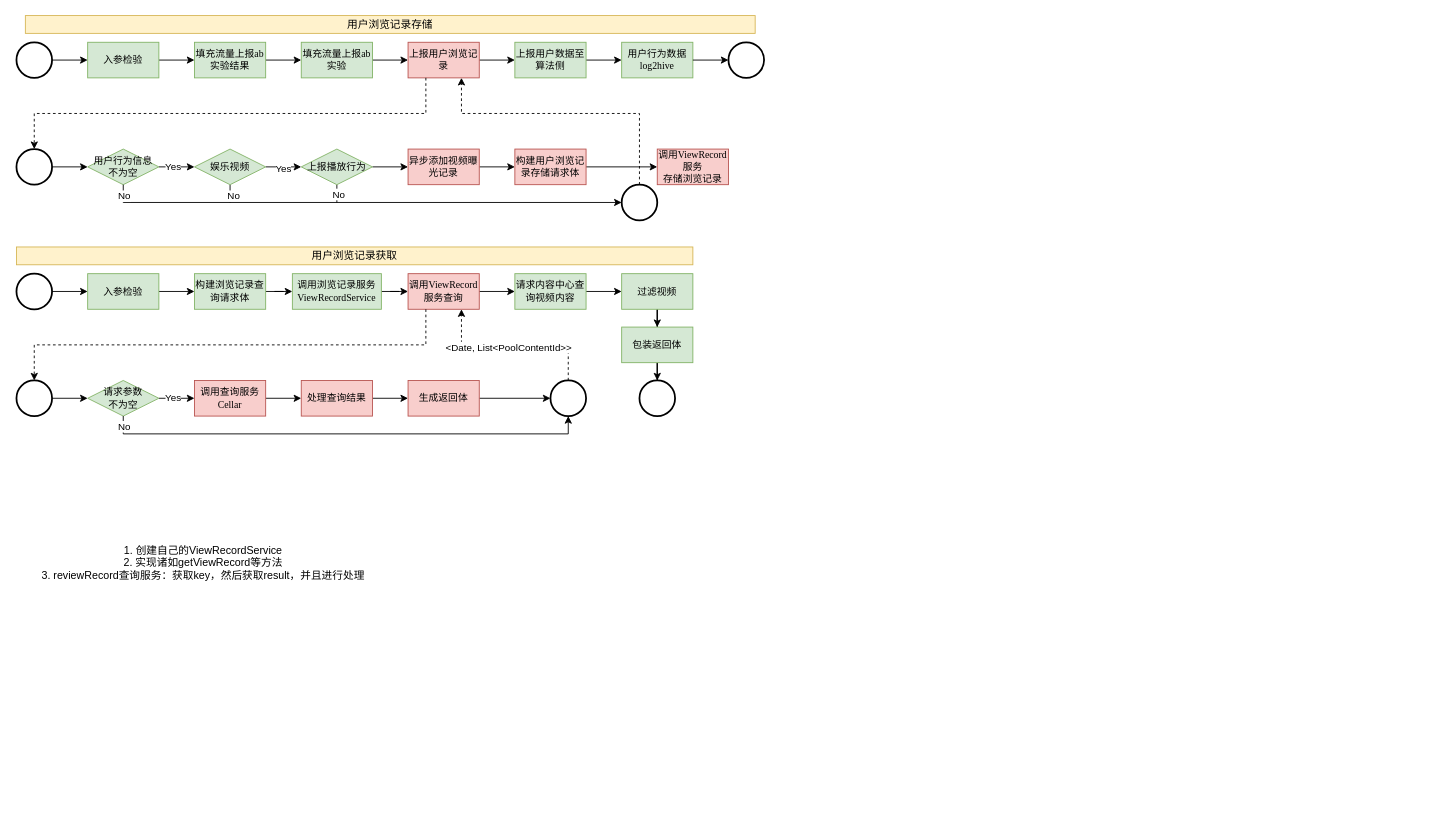
wuulaa/my-first-game keeps this draw.io diagram as pipeline.drawio. Above is the earlier version. Source tidied: cells renumbered, new cells numbered last; positions are measured from the earlier drawing's top-left corner, leaving out a move shared by most shapes. Both pictures are drawn from the tidied source at 89%, with x=0, y=0 at pixel (16, 15).
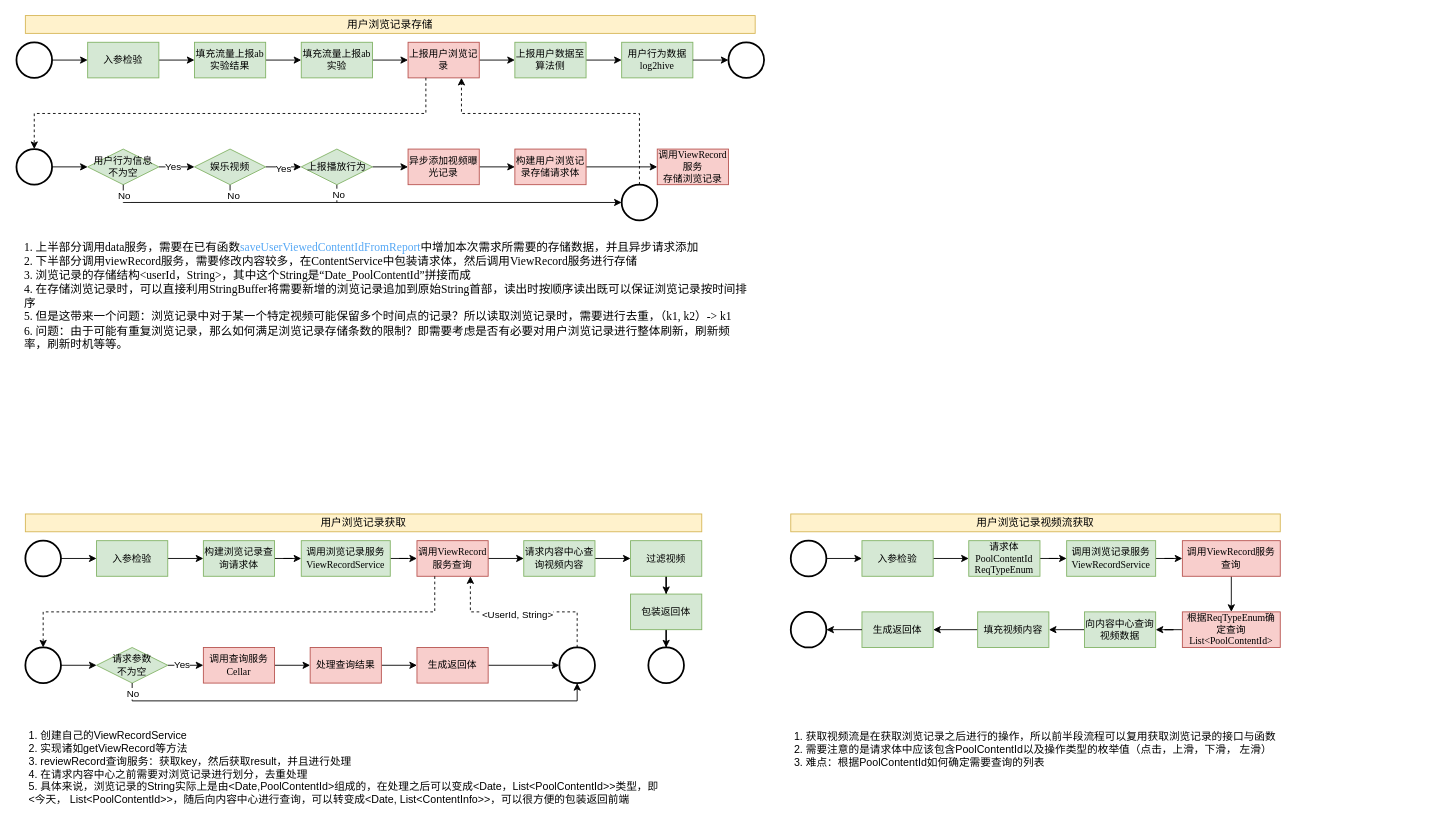
Above is the later version.

The edit, as a diff of the source:
```diff
@@
     <mxCell id="42" style="strokeWidth=2;html=1;shape=mxgraph.flowchart.start_2;whiteSpace=wrap;fontFamily=Times New Roman;fontSize=11;" parent="1" vertex="1">
-      <mxGeometry y="290" width="40" height="40" as="geometry" />
+      <mxGeometry x="10" y="590" width="40" height="40" as="geometry" />
     </mxCell>
@@
     <mxCell id="44" value="入参检验" style="rounded=0;whiteSpace=wrap;html=1;fontFamily=Times New Roman;fontSize=11;fillColor=#d5e8d4;strokeColor=#82b366;" parent="1" vertex="1">
-      <mxGeometry x="80" y="290" width="80" height="40" as="geometry" />
+      <mxGeometry x="90" y="590" width="80" height="40" as="geometry" />
     </mxCell>
@@
     <mxCell id="46" value="构建浏览记录查询请求体" style="rounded=0;whiteSpace=wrap;html=1;fontFamily=Times New Roman;fontSize=11;fillColor=#d5e8d4;strokeColor=#82b366;" parent="1" vertex="1">
-      <mxGeometry x="200" y="290" width="80" height="40" as="geometry" />
+      <mxGeometry x="210" y="590" width="80" height="40" as="geometry" />
     </mxCell>
@@
     <mxCell id="48" value="调用浏览记录服务ViewRecordService" style="rounded=0;whiteSpace=wrap;html=1;fontFamily=Times New Roman;fontSize=11;fillColor=#d5e8d4;strokeColor=#82b366;" parent="1" vertex="1">
-      <mxGeometry x="310" y="290" width="100" height="40" as="geometry" />
+      <mxGeometry x="320" y="590" width="100" height="40" as="geometry" />
     </mxCell>
@@
     <mxCell id="50" value="调用ViewRecord服务查询" style="rounded=0;whiteSpace=wrap;html=1;fillColor=#f8cecc;strokeColor=#b85450;fontFamily=Times New Roman;fontSize=11;" parent="1" vertex="1">
-      <mxGeometry x="440" y="290" width="80" height="40" as="geometry" />
+      <mxGeometry x="450" y="590" width="80" height="40" as="geometry" />
     </mxCell>
@@
     <mxCell id="52" value="请求内容中心查询视频内容" style="rounded=0;whiteSpace=wrap;html=1;fontFamily=Times New Roman;fontSize=11;fillColor=#d5e8d4;strokeColor=#82b366;" parent="1" vertex="1">
-      <mxGeometry x="560" y="290" width="80" height="40" as="geometry" />
+      <mxGeometry x="570" y="590" width="80" height="40" as="geometry" />
     </mxCell>
@@
     <mxCell id="54" value="过滤视频" style="rounded=0;whiteSpace=wrap;html=1;fontFamily=Times New Roman;fontSize=11;fillColor=#d5e8d4;strokeColor=#82b366;" parent="1" vertex="1">
-      <mxGeometry x="680" y="290" width="80" height="40" as="geometry" />
+      <mxGeometry x="690" y="590" width="80" height="40" as="geometry" />
     </mxCell>
@@
     <mxCell id="56" style="strokeWidth=2;html=1;shape=mxgraph.flowchart.start_2;whiteSpace=wrap;fontFamily=Times New Roman;fontSize=11;" parent="1" vertex="1">
-      <mxGeometry y="410" width="40" height="40" as="geometry" />
+      <mxGeometry x="10" y="710" width="40" height="40" as="geometry" />
     </mxCell>
     <mxCell id="57" style="edgeStyle=orthogonalEdgeStyle;rounded=0;jettySize=auto;html=1;entryX=0;entryY=0.5;entryDx=0;entryDy=0;" parent="1" edge="1" source="59">
       <mxGeometry relative="1" as="geometry">
-        <mxPoint x="200" y="430" as="targetPoint" />
+        <mxPoint x="210" y="730" as="targetPoint" />
       </mxGeometry>
     </mxCell>
@@
     <mxCell id="59" value="请求参数&lt;div&gt;不为空&lt;/div&gt;" style="rhombus;whiteSpace=wrap;html=1;fontFamily=Times New Roman;fontSize=11;fillColor=#d5e8d4;strokeColor=#82b366;" parent="1" vertex="1">
-      <mxGeometry x="80" y="410" width="80" height="40" as="geometry" />
+      <mxGeometry x="90" y="710" width="80" height="40" as="geometry" />
     </mxCell>
@@
     <mxCell id="61" value="生成返回体" style="rounded=0;whiteSpace=wrap;html=1;fontFamily=Times New Roman;fontSize=11;fillColor=#f8cecc;strokeColor=#b85450;" parent="1" vertex="1">
-      <mxGeometry x="440" y="410" width="80" height="40" as="geometry" />
+      <mxGeometry x="450" y="710" width="80" height="40" as="geometry" />
     </mxCell>
     <mxCell id="62" style="edgeStyle=orthogonalEdgeStyle;rounded=0;jettySize=auto;html=1;entryX=0.5;entryY=1;entryDx=0;entryDy=0;entryPerimeter=0;" parent="1" edge="1" source="59" target="74">
       <mxGeometry relative="1" as="geometry">
         <Array as="points">
-          <mxPoint x="120" y="470" />
-          <mxPoint x="620" y="470" />
+          <mxPoint x="130" y="770" />
+          <mxPoint x="630" y="770" />
         </Array>
       </mxGeometry>
     </mxCell>
@@
     <mxCell id="64" style="edgeStyle=orthogonalEdgeStyle;rounded=0;jettySize=auto;html=1;entryX=0.5;entryY=0;entryDx=0;entryDy=0;entryPerimeter=0;dashed=1;" parent="1" edge="1" source="50" target="56">
       <mxGeometry relative="1" as="geometry">
         <Array as="points">
-          <mxPoint x="460" y="370" />
-          <mxPoint x="20" y="370" />
+          <mxPoint x="470" y="670" />
+          <mxPoint x="30" y="670" />
         </Array>
       </mxGeometry>
     </mxCell>
@@
     <mxCell id="66" value="用户浏览记录获取" style="text;html=1;align=center;verticalAlign=middle;whiteSpace=wrap;rounded=0;fillColor=#fff2cc;strokeColor=#d6b656;" parent="1" vertex="1">
-      <mxGeometry y="260" width="760" height="20" as="geometry" />
+      <mxGeometry x="10" y="560" width="760" height="20" as="geometry" />
     </mxCell>
-    <mxCell id="67" value="1. 创建自己的ViewRecordService&lt;div&gt;2. 实现诸如getViewRecord等方法&lt;/div&gt;&lt;div&gt;3. reviewRecord查询服务：获取key，然后获取result，并且进行处理&lt;/div&gt;" style="text;html=1;align=center;verticalAlign=middle;whiteSpace=wrap;rounded=0;" parent="1" vertex="1">
-      <mxGeometry x="20" y="600" width="380" height="30" as="geometry" />
+    <mxCell id="67" value="1. 创建自己的ViewRecordService&lt;div&gt;2. 实现诸如getViewRecord等方法&lt;/div&gt;&lt;div&gt;3. reviewRecord查询服务：获取key，然后获取result，并且进行处理&lt;/div&gt;&lt;div&gt;4. 在请求内容中心之前需要对浏览记录进行划分，去重处理&lt;/div&gt;&lt;div&gt;5. 具体来说，浏览记录的String实际上是由&amp;lt;Date,PoolContentId&amp;gt;组成的，在处理之后可以变成&amp;lt;Date，List&amp;lt;PoolContentId&amp;gt;&amp;gt;类型，即&amp;lt;今天， List&amp;lt;PoolContentId&amp;gt;&amp;gt;，随后向内容中心进行查询，可以转变成&amp;lt;Date, List&amp;lt;ContentInfo&amp;gt;&amp;gt;，可以很方便的包装返回前端&lt;/div&gt;" style="text;html=1;align=left;verticalAlign=middle;whiteSpace=wrap;rounded=0;" parent="1" vertex="1">
+      <mxGeometry x="12" y="830" width="716" height="30" as="geometry" />
     </mxCell>
@@
     <mxCell id="69" value="调用查询服务&lt;div&gt;Cellar&lt;/div&gt;" style="rounded=0;whiteSpace=wrap;html=1;fontFamily=Times New Roman;fontSize=11;fillColor=#f8cecc;strokeColor=#b85450;" parent="1" vertex="1">
-      <mxGeometry x="200" y="410" width="80" height="40" as="geometry" />
+      <mxGeometry x="210" y="710" width="80" height="40" as="geometry" />
     </mxCell>
@@
     <mxCell id="71" value="处理查询结果" style="rounded=0;whiteSpace=wrap;html=1;fontFamily=Times New Roman;fontSize=11;fillColor=#f8cecc;strokeColor=#b85450;" parent="1" vertex="1">
-      <mxGeometry x="320" y="410" width="80" height="40" as="geometry" />
+      <mxGeometry x="330" y="710" width="80" height="40" as="geometry" />
     </mxCell>
     <mxCell id="72" style="edgeStyle=orthogonalEdgeStyle;rounded=0;jettySize=auto;html=1;entryX=0.75;entryY=1;entryDx=0;entryDy=0;dashed=1;" parent="1" edge="1" source="74" target="50">
       <mxGeometry relative="1" as="geometry">
         <Array as="points">
-          <mxPoint x="620" y="370" />
-          <mxPoint x="500" y="370" />
+          <mxPoint x="630" y="670" />
+          <mxPoint x="510" y="670" />
         </Array>
       </mxGeometry>
     </mxCell>
-    <mxCell id="73" value="&amp;lt;Date, List&amp;lt;PoolContentId&amp;gt;&amp;gt;" style="edgeLabel;html=1;align=center;verticalAlign=middle;" parent="72" vertex="1">
+    <mxCell id="73" value="&amp;lt;UserId, String&amp;gt;" style="edgeLabel;html=1;align=center;verticalAlign=middle;" parent="72" vertex="1">
       <mxGeometry x="0.08" y="2" relative="1" as="geometry" />
     </mxCell>
     <mxCell id="74" style="strokeWidth=2;html=1;shape=mxgraph.flowchart.start_2;whiteSpace=wrap;fontFamily=Times New Roman;fontSize=11;" parent="1" vertex="1">
-      <mxGeometry x="600" y="410" width="40" height="40" as="geometry" />
+      <mxGeometry x="610" y="710" width="40" height="40" as="geometry" />
     </mxCell>
@@
     <mxCell id="76" value="包装返回体" style="rounded=0;whiteSpace=wrap;html=1;fontFamily=Times New Roman;fontSize=11;fillColor=#d5e8d4;strokeColor=#82b366;" parent="1" vertex="1">
-      <mxGeometry x="680" y="350" width="80" height="40" as="geometry" />
+      <mxGeometry x="690" y="650" width="80" height="40" as="geometry" />
     </mxCell>
     <mxCell id="77" style="strokeWidth=2;html=1;shape=mxgraph.flowchart.start_2;whiteSpace=wrap;fontFamily=Times New Roman;fontSize=11;" parent="1" vertex="1">
-      <mxGeometry x="700" y="410" width="40" height="40" as="geometry" />
+      <mxGeometry x="710" y="710" width="40" height="40" as="geometry" />
     </mxCell>
+    <mxCell id="78" value="&lt;font face=&quot;Times New Roman&quot; style=&quot;font-size: 13px;&quot;&gt;1. 上半部分调用data服务，需要在已有函数&lt;span style=&quot;color: rgb(86, 168, 245);&quot;&gt;saveUserViewedContentIdFromReport&lt;/span&gt;中增加本次需求所需要的存储数据，并且异步请求添加&lt;/font&gt;&lt;div&gt;&lt;font face=&quot;Times New Roman&quot; style=&quot;font-size: 13px;&quot;&gt;2. 下半部分调用viewRecord服务，需要修改内容较多，在ContentService中包装请求体，然后调用ViewRecord服务进行存储&lt;/font&gt;&lt;/div&gt;&lt;div&gt;&lt;font face=&quot;Times New Roman&quot; style=&quot;font-size: 13px;&quot;&gt;3. 浏览记录的存储结构&amp;lt;userId，String&amp;gt;，其中这个String是“Date_PoolContentId”拼接而成&lt;/font&gt;&lt;/div&gt;&lt;div&gt;&lt;font face=&quot;Times New Roman&quot; style=&quot;font-size: 13px;&quot;&gt;4. 在存储浏览记录时，可以直接利用StringBuffer将需要新增的浏览记录追加到原始String首部，读出时按顺序读出既可以保证浏览记录按时间排序&lt;/font&gt;&lt;/div&gt;&lt;div&gt;&lt;font face=&quot;Times New Roman&quot; style=&quot;font-size: 13px;&quot;&gt;5. 但是这带来一个问题：浏览记录中对于某一个特定视频可能保留多个时间点的记录？所以读取浏览记录时，需要进行去重，（k1, k2）-&amp;gt; k1&lt;/font&gt;&lt;/div&gt;&lt;div&gt;&lt;font face=&quot;Times New Roman&quot; style=&quot;font-size: 13px;&quot;&gt;6. 问题：由于可能有重复浏览记录，那么如何满足浏览记录存储条数的限制？即需要考虑是否有必要对用户浏览记录进行整体刷新，刷新频率，刷新时机等等。&lt;/font&gt;&lt;/div&gt;" style="text;html=1;align=left;verticalAlign=middle;whiteSpace=wrap;rounded=0;" parent="1" vertex="1">
+      <mxGeometry x="7" y="300" width="820" height="30" as="geometry" />
+    </mxCell>
+    <mxCell id="79" style="edgeStyle=orthogonalEdgeStyle;rounded=0;jettySize=auto;html=1;entryX=0;entryY=0.5;entryDx=0;entryDy=0;" parent="1" edge="1" source="80" target="82">
+      <mxGeometry relative="1" as="geometry" />
+    </mxCell>
+    <mxCell id="80" style="strokeWidth=2;html=1;shape=mxgraph.flowchart.start_2;whiteSpace=wrap;fontFamily=Times New Roman;fontSize=11;" parent="1" vertex="1">
+      <mxGeometry x="870" y="590" width="40" height="40" as="geometry" />
+    </mxCell>
+    <mxCell id="81" style="edgeStyle=orthogonalEdgeStyle;rounded=0;jettySize=auto;html=1;entryX=0;entryY=0.5;entryDx=0;entryDy=0;" parent="1" edge="1" source="82" target="84">
+      <mxGeometry relative="1" as="geometry" />
+    </mxCell>
+    <mxCell id="82" value="入参检验" style="rounded=0;whiteSpace=wrap;html=1;fontFamily=Times New Roman;fontSize=11;fillColor=#d5e8d4;strokeColor=#82b366;" parent="1" vertex="1">
+      <mxGeometry x="950" y="590" width="80" height="40" as="geometry" />
+    </mxCell>
+    <mxCell id="83" style="edgeStyle=orthogonalEdgeStyle;rounded=0;jettySize=auto;html=1;" parent="1" edge="1" source="84" target="86">
+      <mxGeometry relative="1" as="geometry" />
+    </mxCell>
+    <mxCell id="84" value="请求体&lt;div&gt;PoolContentId&lt;/div&gt;&lt;div&gt;ReqTypeEnum&lt;/div&gt;" style="rounded=0;whiteSpace=wrap;html=1;fontFamily=Times New Roman;fontSize=11;fillColor=#d5e8d4;strokeColor=#82b366;" parent="1" vertex="1">
+      <mxGeometry x="1070" y="590" width="80" height="40" as="geometry" />
+    </mxCell>
+    <mxCell id="85" style="edgeStyle=orthogonalEdgeStyle;rounded=0;jettySize=auto;html=1;" parent="1" edge="1" source="86" target="88">
+      <mxGeometry relative="1" as="geometry" />
+    </mxCell>
+    <mxCell id="86" value="调用浏览记录服务ViewRecordService" style="rounded=0;whiteSpace=wrap;html=1;fontFamily=Times New Roman;fontSize=11;fillColor=#d5e8d4;strokeColor=#82b366;" parent="1" vertex="1">
+      <mxGeometry x="1180" y="590" width="100" height="40" as="geometry" />
+    </mxCell>
+    <mxCell id="87" style="edgeStyle=orthogonalEdgeStyle;rounded=0;jettySize=auto;html=1;entryX=0.5;entryY=0;entryDx=0;entryDy=0;" parent="1" edge="1" source="88" target="90">
+      <mxGeometry relative="1" as="geometry" />
+    </mxCell>
+    <mxCell id="88" value="调用ViewRecord服务查询" style="rounded=0;whiteSpace=wrap;html=1;fillColor=#f8cecc;strokeColor=#b85450;fontFamily=Times New Roman;fontSize=11;" parent="1" vertex="1">
+      <mxGeometry x="1310" y="590" width="110" height="40" as="geometry" />
+    </mxCell>
+    <mxCell id="89" style="edgeStyle=orthogonalEdgeStyle;rounded=0;jettySize=auto;html=1;" parent="1" edge="1" source="90" target="92">
+      <mxGeometry relative="1" as="geometry" />
+    </mxCell>
+    <mxCell id="90" value="根据ReqTypeEnum确定查询List&amp;lt;PoolContentId&amp;gt;" style="rounded=0;whiteSpace=wrap;html=1;fontFamily=Times New Roman;fontSize=11;fillColor=#f8cecc;strokeColor=#b85450;" parent="1" vertex="1">
+      <mxGeometry x="1310" y="670" width="110" height="40" as="geometry" />
+    </mxCell>
+    <mxCell id="91" style="edgeStyle=orthogonalEdgeStyle;rounded=0;jettySize=auto;html=1;entryX=1;entryY=0.5;entryDx=0;entryDy=0;" parent="1" edge="1" source="92" target="95">
+      <mxGeometry relative="1" as="geometry" />
+    </mxCell>
+    <mxCell id="92" value="向内容中心查询视频数据" style="rounded=0;whiteSpace=wrap;html=1;fontFamily=Times New Roman;fontSize=11;fillColor=#d5e8d4;strokeColor=#82b366;" parent="1" vertex="1">
+      <mxGeometry x="1200" y="670" width="80" height="40" as="geometry" />
+    </mxCell>
+    <mxCell id="93" value="用户浏览记录视频流获取" style="text;html=1;align=center;verticalAlign=middle;whiteSpace=wrap;rounded=0;fillColor=#fff2cc;strokeColor=#d6b656;" parent="1" vertex="1">
+      <mxGeometry x="870" y="560" width="550" height="20" as="geometry" />
+    </mxCell>
+    <mxCell id="94" style="edgeStyle=orthogonalEdgeStyle;rounded=0;jettySize=auto;html=1;" parent="1" edge="1" source="95" target="98">
+      <mxGeometry relative="1" as="geometry" />
+    </mxCell>
+    <mxCell id="95" value="填充视频内容" style="rounded=0;whiteSpace=wrap;html=1;fontFamily=Times New Roman;fontSize=11;fillColor=#d5e8d4;strokeColor=#82b366;" parent="1" vertex="1">
+      <mxGeometry x="1080" y="670" width="80" height="40" as="geometry" />
+    </mxCell>
+    <mxCell id="96" style="strokeWidth=2;html=1;shape=mxgraph.flowchart.start_2;whiteSpace=wrap;fontFamily=Times New Roman;fontSize=11;" parent="1" vertex="1">
+      <mxGeometry x="870" y="670" width="40" height="40" as="geometry" />
+    </mxCell>
+    <mxCell id="97" value="&lt;div&gt;1. 获取视频流是在获取浏览记录之后进行的操作，所以前半段流程可以复用获取浏览记录的接口与函数&lt;/div&gt;&lt;div&gt;2. 需要注意的是请求体中应该包含PoolContentId以及操作类型的枚举值（点击，上滑，下滑， 左滑）&lt;/div&gt;&lt;div&gt;3. 难点：根据PoolContentId如何确定需要查询的列表&lt;/div&gt;" style="text;html=1;align=left;verticalAlign=middle;whiteSpace=wrap;rounded=0;" parent="1" vertex="1">
+      <mxGeometry x="872" y="810" width="716" height="30" as="geometry" />
+    </mxCell>
+    <mxCell id="98" value="生成返回体" style="rounded=0;whiteSpace=wrap;html=1;fontFamily=Times New Roman;fontSize=11;fillColor=#d5e8d4;strokeColor=#82b366;" parent="1" vertex="1">
+      <mxGeometry x="950" y="670" width="80" height="40" as="geometry" />
+    </mxCell>
+    <mxCell id="99" style="edgeStyle=orthogonalEdgeStyle;rounded=0;jettySize=auto;html=1;entryX=1;entryY=0.5;entryDx=0;entryDy=0;entryPerimeter=0;" parent="1" edge="1" source="98" target="96">
+      <mxGeometry relative="1" as="geometry" />
+    </mxCell>
```
